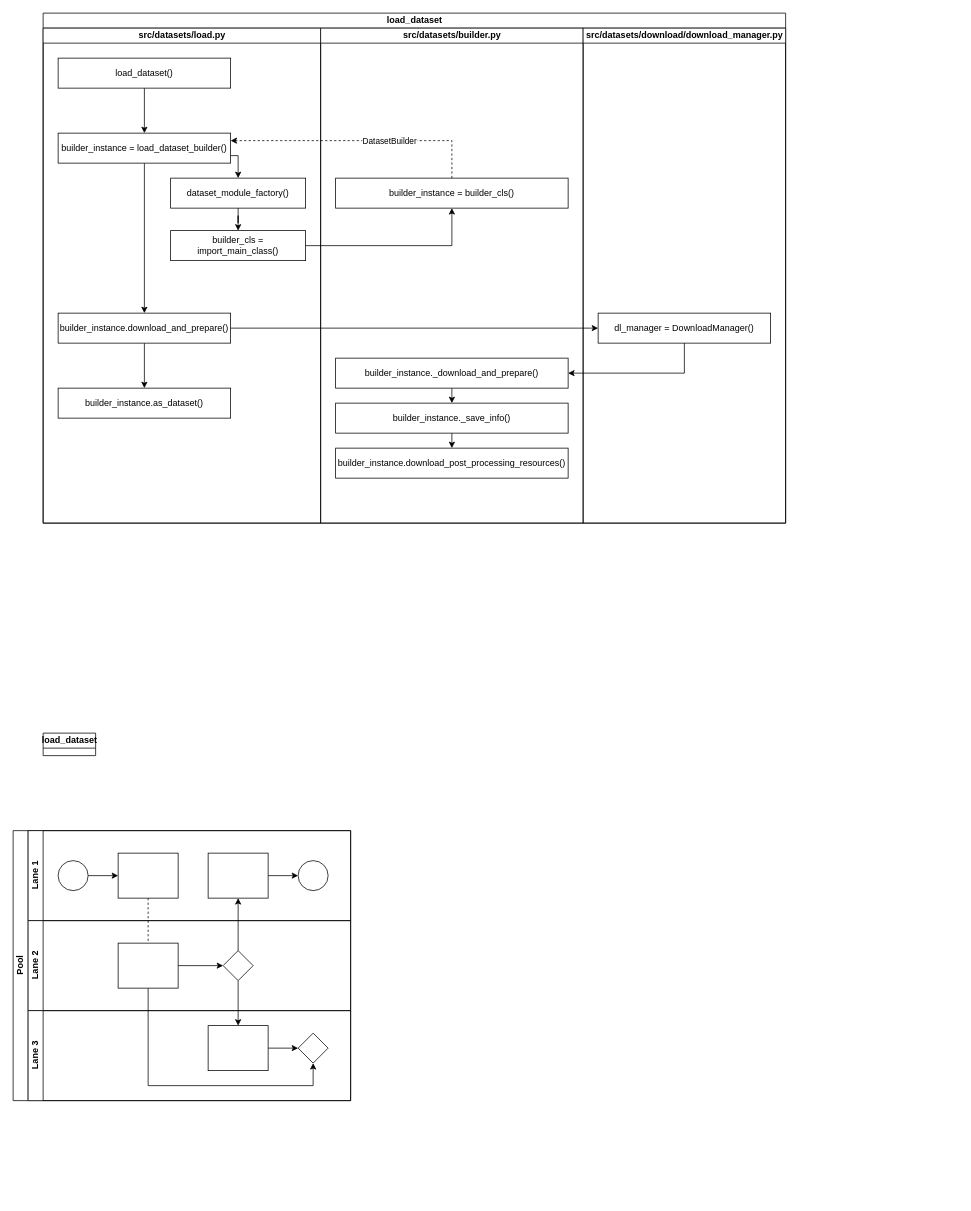
Above: page "lane_diagram" (2 of 3) of graphs/datasets_v0.1.drawio in zhongchun/daily (draw.io), before the change. Source tidied: cells renumbered, new cells numbered last; positions are measured from the earlier drawing's top-left corner, leaving out a move shared by most shapes. Both pictures are drawn from the tidied source at 75%, with x=0, y=0 at pixel (13, 13).
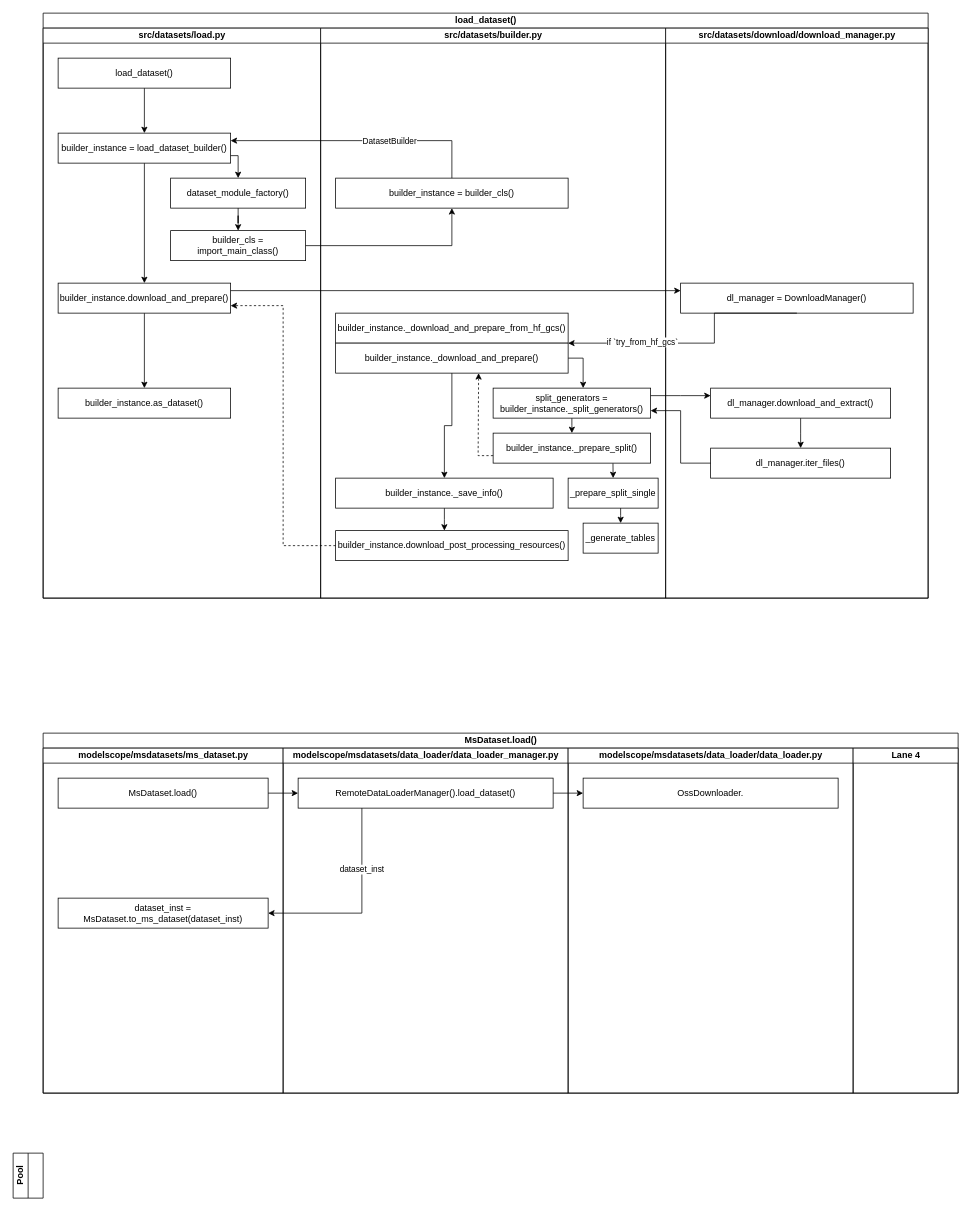
The same page after the edit.

Unchanged cells that the change refers to:
```xml
<mxCell id="7" value="builder_instance = load_dataset_builder()" style="rounded=0;whiteSpace=wrap;html=1;" parent="3" vertex="1">
  <mxGeometry x="20" y="140" width="230" height="40" as="geometry" />
</mxCell>
<mxCell id="16" value="builder_instance = builder_cls()" style="rounded=0;whiteSpace=wrap;html=1;" parent="15" vertex="1">
  <mxGeometry x="20" y="200" width="310" height="40" as="geometry" />
</mxCell>
```

The edit, as a diff of the source:
```diff
@@
-    <mxCell id="2" value="load_dataset" style="swimlane;startSize=20;html=1;" parent="1" vertex="1">
-      <mxGeometry x="40" width="990" height="680" as="geometry" />
+    <mxCell id="2" value="load_dataset()" style="swimlane;startSize=20;html=1;" parent="1" vertex="1">
+      <mxGeometry x="40" width="1180" height="780" as="geometry" />
     </mxCell>
     <mxCell id="3" value="src/datasets/load.py" style="swimlane;startSize=20;html=1;" parent="2" vertex="1">
-      <mxGeometry y="20" width="370" height="660" as="geometry" />
+      <mxGeometry y="20" width="370" height="760" as="geometry" />
     </mxCell>
@@
     <mxCell id="9" value="builder_instance.download_and_prepare()" style="rounded=0;whiteSpace=wrap;html=1;" parent="3" vertex="1">
-      <mxGeometry x="20" y="380" width="230" height="40" as="geometry" />
+      <mxGeometry x="20" y="340" width="230" height="40" as="geometry" />
     </mxCell>
@@
     <mxCell id="15" value="src/datasets/builder.py" style="swimlane;startSize=20;html=1;" parent="2" vertex="1">
-      <mxGeometry x="370" y="20" width="350" height="660" as="geometry" />
+      <mxGeometry x="370" y="20" width="460" height="760" as="geometry" />
     </mxCell>
@@
-    <mxCell id="17" style="edgeStyle=elbowEdgeStyle;rounded=0;jettySize=auto;html=1;" parent="15" edge="1" source="18" target="20">
-      <mxGeometry relative="1" as="geometry" />
-    </mxCell>
-    <mxCell id="18" value="builder_instance._download_and_prepare()" style="rounded=0;whiteSpace=wrap;html=1;" parent="15" vertex="1">
-      <mxGeometry x="20" y="440" width="310" height="40" as="geometry" />
+    <mxCell id="18" value="builder_instance._download_and_prepare_from_hf_gcs()" style="rounded=0;whiteSpace=wrap;html=1;" parent="15" vertex="1">
+      <mxGeometry x="20" y="380" width="310" height="40" as="geometry" />
     </mxCell>
@@
     <mxCell id="20" value="builder_instance._save_info()" style="rounded=0;whiteSpace=wrap;html=1;" parent="15" vertex="1">
-      <mxGeometry x="20" y="500" width="310" height="40" as="geometry" />
+      <mxGeometry x="20" y="600" width="290" height="40" as="geometry" />
     </mxCell>
     <mxCell id="21" value="builder_instance.download_post_processing_resources()" style="rounded=0;whiteSpace=wrap;html=1;" parent="15" vertex="1">
-      <mxGeometry x="20" y="560" width="310" height="40" as="geometry" />
+      <mxGeometry x="20" y="670" width="310" height="40" as="geometry" />
     </mxCell>
+    <mxCell id="50" style="edgeStyle=elbowEdgeStyle;rounded=0;jettySize=auto;html=1;" parent="15" edge="1" source="51" target="52">
+      <mxGeometry relative="1" as="geometry" />
+    </mxCell>
+    <mxCell id="51" value="split_generators = builder_instance._split_generators()" style="rounded=0;whiteSpace=wrap;html=1;" parent="15" vertex="1">
+      <mxGeometry x="230" y="480" width="210" height="40" as="geometry" />
+    </mxCell>
+    <mxCell id="52" value="builder_instance._prepare_split()" style="rounded=0;whiteSpace=wrap;html=1;" parent="15" vertex="1">
+      <mxGeometry x="230" y="540" width="210" height="40" as="geometry" />
+    </mxCell>
+    <mxCell id="53" value="_generate_tables" style="rounded=0;whiteSpace=wrap;html=1;" parent="15" vertex="1">
+      <mxGeometry x="350" y="660" width="100" height="40" as="geometry" />
+    </mxCell>
     <mxCell id="22" value="src/datasets/download/download_manager.py" style="swimlane;startSize=20;html=1;" parent="2" vertex="1">
-      <mxGeometry x="720" y="20" width="270" height="660" as="geometry" />
+      <mxGeometry x="830" y="20" width="350" height="760" as="geometry" />
     </mxCell>
     <mxCell id="23" value="dl_manager = DownloadManager()" style="rounded=0;whiteSpace=wrap;html=1;" parent="22" vertex="1">
-      <mxGeometry x="20" y="380" width="230" height="40" as="geometry" />
+      <mxGeometry x="20" y="340" width="310" height="40" as="geometry" />
     </mxCell>
+    <mxCell id="54" style="edgeStyle=elbowEdgeStyle;rounded=0;jettySize=auto;html=1;" parent="22" edge="1" source="55" target="56">
+      <mxGeometry relative="1" as="geometry" />
+    </mxCell>
+    <mxCell id="55" value="dl_manager.download_and_extract()" style="rounded=0;whiteSpace=wrap;html=1;" parent="22" vertex="1">
+      <mxGeometry x="60" y="480" width="240" height="40" as="geometry" />
+    </mxCell>
+    <mxCell id="56" value="dl_manager.iter_files()" style="rounded=0;whiteSpace=wrap;html=1;" parent="22" vertex="1">
+      <mxGeometry x="60" y="560" width="240" height="40" as="geometry" />
+    </mxCell>
+    <mxCell id="57" value="_prepare_split_single" style="rounded=0;whiteSpace=wrap;html=1;" parent="22" vertex="1">
+      <mxGeometry x="-130" y="600" width="120" height="40" as="geometry" />
+    </mxCell>
@@
-    <mxCell id="25" style="endArrow=classic;html=1;rounded=0;exitX=0.5;exitY=0;exitDx=0;exitDy=0;entryX=1;entryY=0.25;entryDx=0;entryDy=0;edgeStyle=orthogonalEdgeStyle;dashed=1;" parent="2" edge="1" source="16" target="7">
+    <mxCell id="25" style="endArrow=classic;html=1;rounded=0;exitX=0.5;exitY=0;exitDx=0;exitDy=0;entryX=1;entryY=0.25;entryDx=0;entryDy=0;edgeStyle=orthogonalEdgeStyle;" parent="2" edge="1" source="16" target="7">
       <mxGeometry relative="1" as="geometry" />
     </mxCell>
@@
-    <mxCell id="27" style="edgeStyle=orthogonalEdgeStyle;rounded=0;jettySize=auto;html=1;exitX=1;exitY=0.5;exitDx=0;exitDy=0;entryX=0;entryY=0.5;entryDx=0;entryDy=0;" parent="2" edge="1" source="9" target="23">
+    <mxCell id="27" style="edgeStyle=orthogonalEdgeStyle;rounded=0;jettySize=auto;html=1;exitX=1;exitY=0.25;exitDx=0;exitDy=0;entryX=0;entryY=0.25;entryDx=0;entryDy=0;" parent="2" edge="1" source="9" target="23">
       <mxGeometry relative="1" as="geometry" />
     </mxCell>
-    <mxCell id="28" style="edgeStyle=orthogonalEdgeStyle;rounded=0;jettySize=auto;html=1;exitX=0.5;exitY=1;exitDx=0;exitDy=0;entryX=1;entryY=0.5;entryDx=0;entryDy=0;" parent="2" edge="1" source="23" target="18">
-      <mxGeometry relative="1" as="geometry" />
+    <mxCell id="28" style="edgeStyle=orthogonalEdgeStyle;rounded=0;jettySize=auto;html=1;exitX=0.5;exitY=1;exitDx=0;exitDy=0;entryX=1;entryY=1;entryDx=0;entryDy=0;" parent="2" edge="1" source="23" target="18">
+      <mxGeometry relative="1" as="geometry">
+        <Array as="points">
+          <mxPoint x="895" y="440" />
+        </Array>
+      </mxGeometry>
     </mxCell>
+    <mxCell id="58" value="if `try_from_hf_gcs`" style="edgeLabel;html=1;align=center;verticalAlign=middle;" parent="28" vertex="1">
+      <mxGeometry x="0.31" y="-2" relative="1" as="geometry">
+        <mxPoint x="-21" as="offset" />
+      </mxGeometry>
+    </mxCell>
+    <mxCell id="59" style="edgeStyle=orthogonalEdgeStyle;rounded=0;jettySize=auto;html=1;exitX=0;exitY=0.5;exitDx=0;exitDy=0;entryX=1;entryY=0.75;entryDx=0;entryDy=0;dashed=1;" parent="2" edge="1" source="21" target="9">
+      <mxGeometry relative="1" as="geometry" />
+    </mxCell>
+    <mxCell id="60" style="edgeStyle=elbowEdgeStyle;rounded=0;jettySize=auto;html=1;entryX=0;entryY=0.25;entryDx=0;entryDy=0;exitX=1;exitY=0.25;exitDx=0;exitDy=0;" parent="2" edge="1" source="51" target="55">
+      <mxGeometry relative="1" as="geometry" />
+    </mxCell>
+    <mxCell id="61" style="edgeStyle=elbowEdgeStyle;rounded=0;jettySize=auto;html=1;exitX=0;exitY=0.5;exitDx=0;exitDy=0;entryX=1;entryY=0.75;entryDx=0;entryDy=0;" parent="2" edge="1" source="56" target="51">
+      <mxGeometry relative="1" as="geometry" />
+    </mxCell>
+    <mxCell id="62" style="edgeStyle=elbowEdgeStyle;rounded=0;jettySize=auto;html=1;" parent="2" edge="1" source="57" target="53">
+      <mxGeometry relative="1" as="geometry" />
+    </mxCell>
+    <mxCell id="63" style="rounded=0;jettySize=auto;html=1;exitX=0.761;exitY=1.009;exitDx=0;exitDy=0;entryX=0.5;entryY=0;entryDx=0;entryDy=0;exitPerimeter=0;" parent="2" edge="1" source="52" target="57">
+      <mxGeometry relative="1" as="geometry" />
+    </mxCell>
-    <mxCell id="29" value="Pool" style="swimlane;html=1;horizontal=0;startSize=20;" parent="1" vertex="1">
-      <mxGeometry y="1090" width="450" height="360" as="geometry" />
+    <mxCell id="29" value="Pool" style="swimlane;html=1;horizontal=0;startSize=20;" parent="1" vertex="1" collapsed="1">
+      <mxGeometry y="1520" width="40" height="60" as="geometry" />
     </mxCell>
-    <mxCell id="30" style="edgeStyle=orthogonalEdgeStyle;rounded=0;jettySize=auto;html=1;dashed=1;endArrow=none;endFill=0;" parent="29" edge="1" source="37" target="43">
-      <mxGeometry relative="1" as="geometry" />
-    </mxCell>
-    <mxCell id="31" style="edgeStyle=orthogonalEdgeStyle;rounded=0;jettySize=auto;html=1;endArrow=classic;endFill=1;" parent="29" edge="1" source="44" target="39">
-      <mxGeometry relative="1" as="geometry" />
-    </mxCell>
-    <mxCell id="32" style="edgeStyle=orthogonalEdgeStyle;rounded=0;jettySize=auto;html=1;endArrow=classic;endFill=1;" parent="29" edge="1" source="44" target="47">
-      <mxGeometry relative="1" as="geometry" />
-    </mxCell>
-    <mxCell id="33" style="edgeStyle=orthogonalEdgeStyle;rounded=0;jettySize=auto;html=1;endArrow=classic;endFill=1;" parent="29" edge="1" source="43" target="48">
-      <mxGeometry relative="1" as="geometry">
-        <Array as="points">
-          <mxPoint x="180" y="340" />
-          <mxPoint x="400" y="340" />
-        </Array>
-      </mxGeometry>
-    </mxCell>
-    <mxCell id="34" value="Lane 1" style="swimlane;html=1;startSize=20;horizontal=0;" parent="29" vertex="1">
-      <mxGeometry x="20" width="430" height="120" as="geometry" />
-    </mxCell>
-    <mxCell id="35" style="edgeStyle=orthogonalEdgeStyle;rounded=0;jettySize=auto;html=1;" parent="34" edge="1" source="36" target="37">
-      <mxGeometry relative="1" as="geometry" />
-    </mxCell>
-    <mxCell id="36" style="ellipse;whiteSpace=wrap;html=1;" parent="34" vertex="1">
-      <mxGeometry x="40" y="40" width="40" height="40" as="geometry" />
-    </mxCell>
-    <mxCell id="37" style="rounded=0;whiteSpace=wrap;html=1;fontFamily=Helvetica;fontSize=12;fontColor=#000000;align=center;" parent="34" vertex="1">
-      <mxGeometry x="120" y="30" width="80" height="60" as="geometry" />
-    </mxCell>
-    <mxCell id="38" style="edgeStyle=orthogonalEdgeStyle;rounded=0;jettySize=auto;html=1;endArrow=classic;endFill=1;" parent="34" edge="1" source="39" target="40">
-      <mxGeometry relative="1" as="geometry" />
-    </mxCell>
-    <mxCell id="39" style="rounded=0;whiteSpace=wrap;html=1;fontFamily=Helvetica;fontSize=12;fontColor=#000000;align=center;" parent="34" vertex="1">
-      <mxGeometry x="240" y="30" width="80" height="60" as="geometry" />
-    </mxCell>
-    <mxCell id="40" style="ellipse;whiteSpace=wrap;html=1;" parent="34" vertex="1">
-      <mxGeometry x="360" y="40" width="40" height="40" as="geometry" />
-    </mxCell>
-    <mxCell id="41" value="Lane 2" style="swimlane;html=1;startSize=20;horizontal=0;" parent="29" vertex="1">
-      <mxGeometry x="20" y="120" width="430" height="120" as="geometry" />
-    </mxCell>
-    <mxCell id="42" style="edgeStyle=orthogonalEdgeStyle;rounded=0;jettySize=auto;html=1;endArrow=classic;endFill=1;" parent="41" edge="1" source="43" target="44">
-      <mxGeometry relative="1" as="geometry" />
-    </mxCell>
-    <mxCell id="43" style="rounded=0;whiteSpace=wrap;html=1;fontFamily=Helvetica;fontSize=12;fontColor=#000000;align=center;" parent="41" vertex="1">
-      <mxGeometry x="120" y="30" width="80" height="60" as="geometry" />
-    </mxCell>
-    <mxCell id="44" style="rhombus;whiteSpace=wrap;html=1;fontFamily=Helvetica;fontSize=12;fontColor=#000000;align=center;" parent="41" vertex="1">
-      <mxGeometry x="260" y="40" width="40" height="40" as="geometry" />
-    </mxCell>
-    <mxCell id="45" value="Lane 3" style="swimlane;html=1;startSize=20;horizontal=0;" parent="29" vertex="1">
-      <mxGeometry x="20" y="240" width="430" height="120" as="geometry" />
-    </mxCell>
-    <mxCell id="46" style="edgeStyle=orthogonalEdgeStyle;rounded=0;jettySize=auto;html=1;endArrow=classic;endFill=1;" parent="45" edge="1" source="47" target="48">
-      <mxGeometry relative="1" as="geometry" />
-    </mxCell>
-    <mxCell id="47" style="rounded=0;whiteSpace=wrap;html=1;fontFamily=Helvetica;fontSize=12;fontColor=#000000;align=center;" parent="45" vertex="1">
-      <mxGeometry x="240" y="20" width="80" height="60" as="geometry" />
-    </mxCell>
-    <mxCell id="48" style="rhombus;whiteSpace=wrap;html=1;fontFamily=Helvetica;fontSize=12;fontColor=#000000;align=center;" parent="45" vertex="1">
-      <mxGeometry x="360" y="30" width="40" height="40" as="geometry" />
-    </mxCell>
-    <mxCell id="49" value="load_dataset" style="swimlane;startSize=20;html=1;" parent="1" vertex="1" collapsed="1">
-      <mxGeometry x="40" y="960" width="70" height="30" as="geometry" />
+    <mxCell id="49" value="MsDataset.load()" style="swimlane;startSize=20;html=1;" parent="1" vertex="1">
+      <mxGeometry x="40" y="960" width="1220" height="480" as="geometry" />
     </mxCell>
+    <mxCell id="64" value="modelscope/msdatasets/ms_dataset.py" style="swimlane;startSize=20;html=1;" parent="49" vertex="1">
+      <mxGeometry y="20" width="320" height="460" as="geometry" />
+    </mxCell>
+    <mxCell id="65" value="MsDataset.load()" style="rounded=0;whiteSpace=wrap;html=1;" parent="64" vertex="1">
+      <mxGeometry x="20" y="40" width="280" height="40" as="geometry" />
+    </mxCell>
+    <mxCell id="66" value="dataset_inst = MsDataset.to_ms_dataset(dataset_inst)" style="rounded=0;whiteSpace=wrap;html=1;" parent="64" vertex="1">
+      <mxGeometry x="20" y="200" width="280" height="40" as="geometry" />
+    </mxCell>
+    <mxCell id="67" value="modelscope/msdatasets/data_loader/data_loader_manager.py" style="swimlane;startSize=20;html=1;" parent="49" vertex="1">
+      <mxGeometry x="320" y="20" width="380" height="460" as="geometry" />
+    </mxCell>
+    <mxCell id="68" value="RemoteDataLoaderManager().load_dataset()" style="rounded=0;whiteSpace=wrap;html=1;" parent="67" vertex="1">
+      <mxGeometry x="20" y="40" width="340" height="40" as="geometry" />
+    </mxCell>
+    <mxCell id="69" value="modelscope/msdatasets/data_loader/data_loader.py" style="swimlane;startSize=20;html=1;" parent="49" vertex="1">
+      <mxGeometry x="700" y="20" width="380" height="460" as="geometry" />
+    </mxCell>
+    <mxCell id="70" value="OssDownloader." style="rounded=0;whiteSpace=wrap;html=1;" parent="69" vertex="1">
+      <mxGeometry x="20" y="40" width="340" height="40" as="geometry" />
+    </mxCell>
+    <mxCell id="71" value="Lane 4" style="swimlane;startSize=20;html=1;" parent="49" vertex="1">
+      <mxGeometry x="1080" y="20" width="140" height="460" as="geometry" />
+    </mxCell>
+    <mxCell id="72" style="edgeStyle=orthogonalEdgeStyle;rounded=0;jettySize=auto;html=1;exitX=1;exitY=0.5;exitDx=0;exitDy=0;" parent="49" edge="1" source="65" target="68">
+      <mxGeometry relative="1" as="geometry" />
+    </mxCell>
+    <mxCell id="73" style="edgeStyle=orthogonalEdgeStyle;rounded=0;jettySize=auto;html=1;entryX=1;entryY=0.5;entryDx=0;entryDy=0;exitX=0.25;exitY=1;exitDx=0;exitDy=0;" parent="49" edge="1" source="68" target="66">
+      <mxGeometry relative="1" as="geometry" />
+    </mxCell>
+    <mxCell id="74" value="dataset_inst" style="edgeLabel;html=1;align=center;verticalAlign=middle;" parent="73" vertex="1">
+      <mxGeometry x="-0.39" relative="1" as="geometry" />
+    </mxCell>
+    <mxCell id="75" style="edgeStyle=elbowEdgeStyle;rounded=0;jettySize=auto;html=1;" parent="49" edge="1" source="68" target="70">
+      <mxGeometry relative="1" as="geometry" />
+    </mxCell>
+    <mxCell id="76" style="edgeStyle=elbowEdgeStyle;rounded=0;jettySize=auto;html=1;" parent="1" edge="1" source="77" target="51">
+      <mxGeometry relative="1" as="geometry">
+        <Array as="points">
+          <mxPoint x="760" y="490" />
+        </Array>
+      </mxGeometry>
+    </mxCell>
+    <mxCell id="77" value="builder_instance._download_and_prepare()" style="rounded=0;whiteSpace=wrap;html=1;" parent="1" vertex="1">
+      <mxGeometry x="430" y="440" width="310" height="40" as="geometry" />
+    </mxCell>
+    <mxCell id="78" style="rounded=0;jettySize=auto;html=1;exitX=0;exitY=0.75;exitDx=0;exitDy=0;entryX=0.615;entryY=1.002;entryDx=0;entryDy=0;dashed=1;entryPerimeter=0;" parent="1" edge="1" source="52" target="77">
+      <mxGeometry relative="1" as="geometry">
+        <Array as="points">
+          <mxPoint x="620" y="590" />
+        </Array>
+      </mxGeometry>
+    </mxCell>
+    <mxCell id="17" style="rounded=0;jettySize=auto;html=1;exitX=0.5;exitY=1;exitDx=0;exitDy=0;edgeStyle=orthogonalEdgeStyle;" parent="1" edge="1" source="77" target="20">
+      <mxGeometry relative="1" as="geometry" />
+    </mxCell>
```
